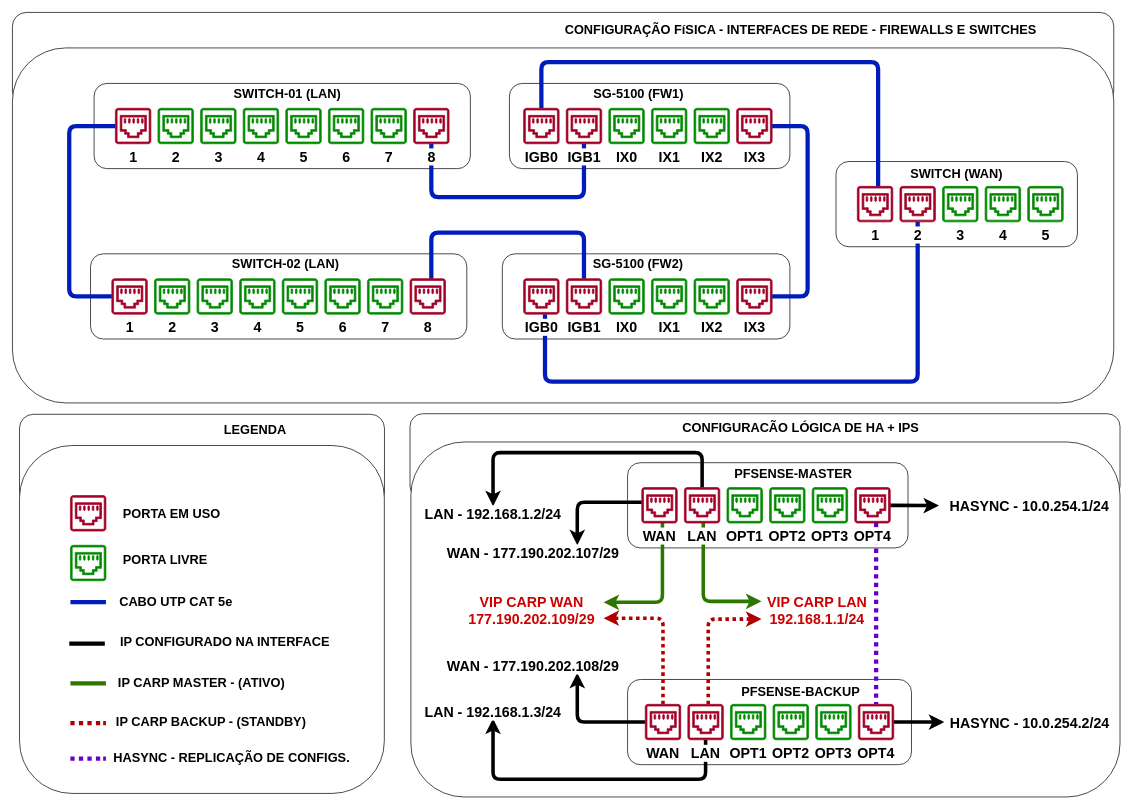
This is Diagrama sem nome.drawio from Igorgoncalvess/TEST, a draw.io file, before an edit. Source tidied: cells renumbered, new cells numbered last; positions are measured from the earlier drawing's top-left corner, leaving out a move shared by most shapes. Both pictures are drawn from the tidied source at 71%, with x=0, y=0 at pixel (12, 12).
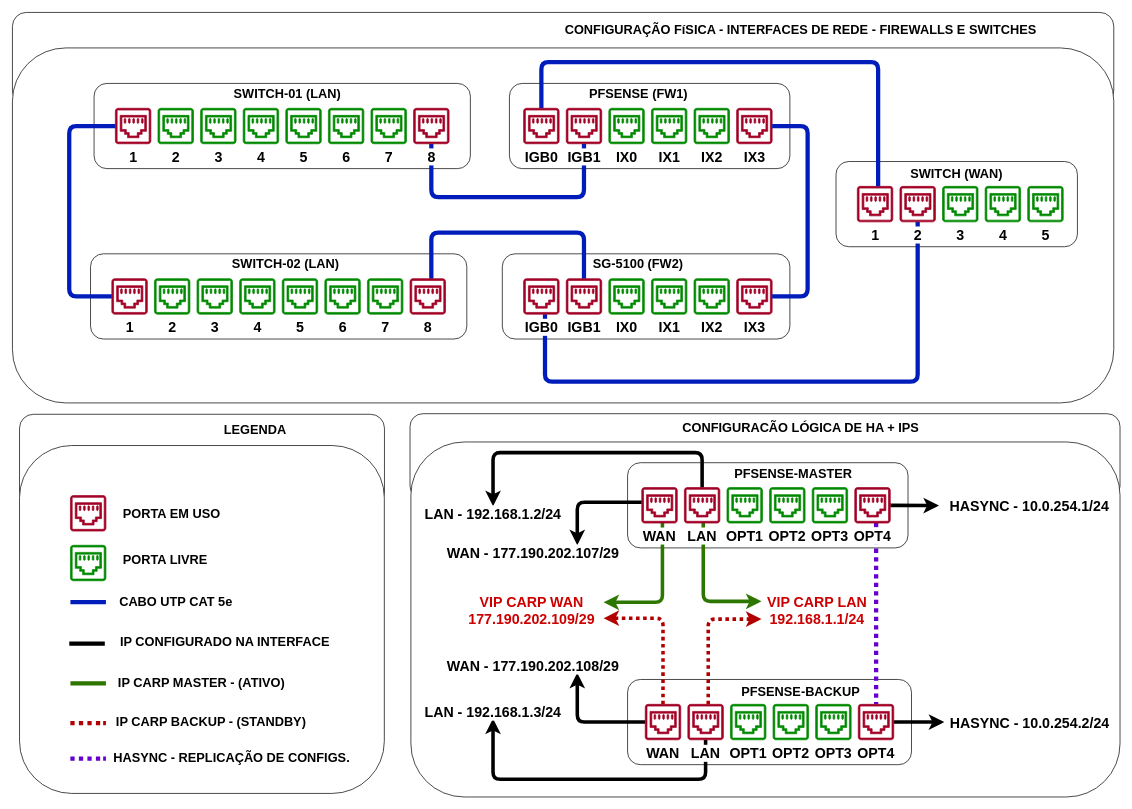
Above is the later version.

The edit, as a diff of the source:
```diff
@@
-    <mxCell id="34" value="SG-5100 (FW1)" style="text;html=1;strokeColor=none;fillColor=none;align=center;verticalAlign=middle;whiteSpace=wrap;rounded=0;fontStyle=1;fontSize=18;labelBackgroundColor=#FFFFFF;fontColor=#000000;" parent="1" vertex="1">
+    <mxCell id="34" value="PFSENSE (FW1)" style="text;html=1;strokeColor=none;fillColor=none;align=center;verticalAlign=middle;whiteSpace=wrap;rounded=0;fontStyle=1;fontSize=18;labelBackgroundColor=#FFFFFF;fontColor=#000000;" parent="1" vertex="1">
       <mxGeometry x="786.5" y="105" width="190" height="20" as="geometry" />
     </mxCell>
```
